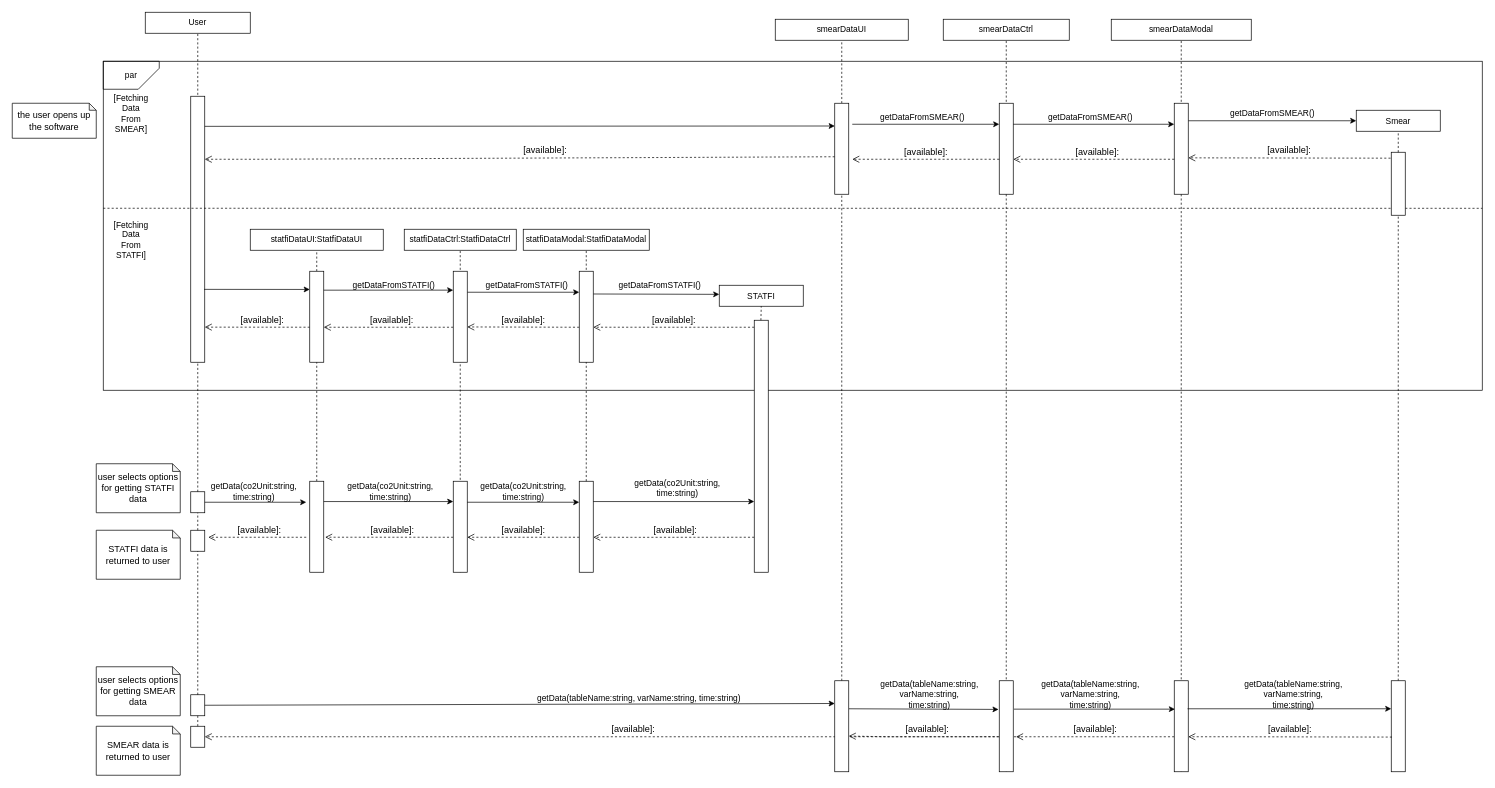
jahan19011noor/university_project keeps this draw.io diagram as Software Design Project Sequence Diagram.drawio. Above is the earlier version. Source tidied: cells renumbered, new cells numbered last; positions are measured from the earlier drawing's top-left corner, leaving out a move shared by most shapes. Both pictures are drawn from the tidied source at 70%, with x=0, y=0 at pixel (12, 12).
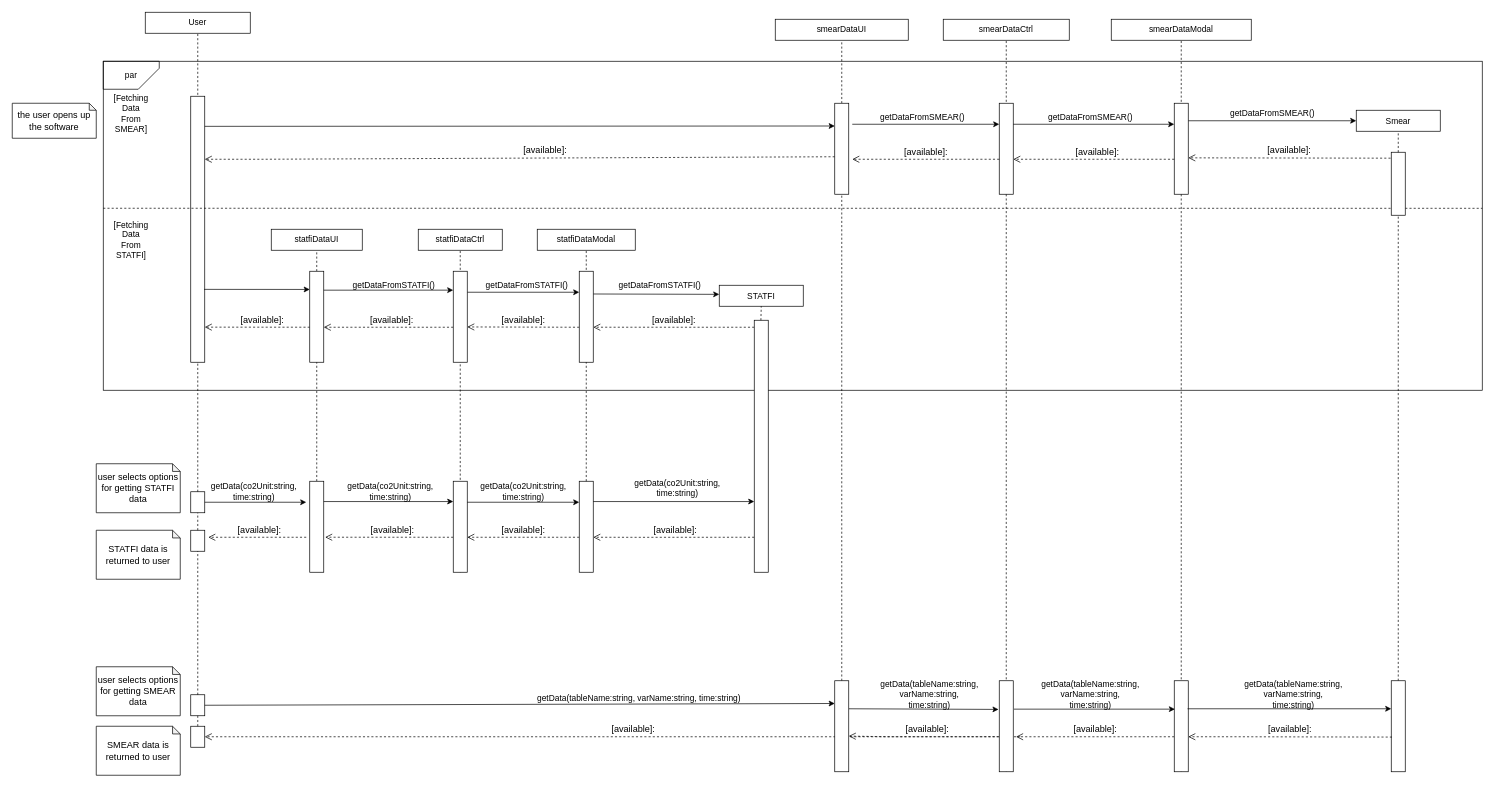
The same diagram, later.

What changed in the source:
```diff
@@
-    <mxCell id="47" value="statfiDataUI:StatfiDataUI" style="rounded=0;whiteSpace=wrap;html=1;" parent="1" vertex="1">
-      <mxGeometry x="340" y="310" width="190" height="30" as="geometry" />
+    <mxCell id="47" value="statfiDataUI" style="rounded=0;whiteSpace=wrap;html=1;" parent="1" vertex="1">
+      <mxGeometry x="370" y="310" width="130" height="30" as="geometry" />
     </mxCell>
@@
-    <mxCell id="61" value="statfiDataModal:StatfiDataModal" style="rounded=0;whiteSpace=wrap;html=1;" parent="1" vertex="1">
-      <mxGeometry x="730" y="310" width="180" height="30" as="geometry" />
+    <mxCell id="61" value="statfiDataModal" style="rounded=0;whiteSpace=wrap;html=1;" parent="1" vertex="1">
+      <mxGeometry x="750" y="310" width="140" height="30" as="geometry" />
     </mxCell>
@@
-    <mxCell id="65" value="statfiDataCtrl:StatfiDataCtrl" style="rounded=0;whiteSpace=wrap;html=1;" parent="1" vertex="1">
-      <mxGeometry x="560" y="310" width="160" height="30" as="geometry" />
+    <mxCell id="65" value="statfiDataCtrl" style="rounded=0;whiteSpace=wrap;html=1;" parent="1" vertex="1">
+      <mxGeometry x="580" y="310" width="120" height="30" as="geometry" />
     </mxCell>
```
